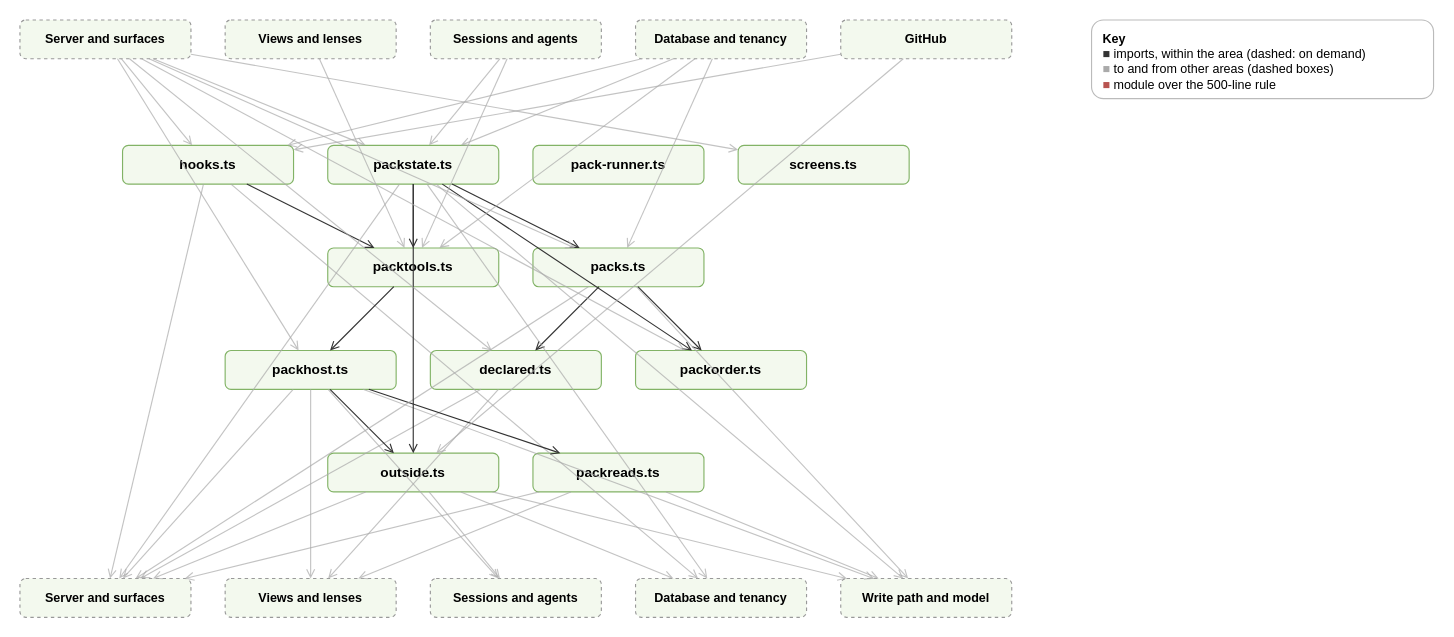
The draw.io diagram page "Server: Packs" (4 of 20) of docs/diagrams/modules.drawio in AlexReiner98/archipelago, before the edit. Source tidied: cells renumbered, new cells numbered last; positions are measured from the earlier drawing's top-left corner, leaving out a move shared by most shapes. Both pictures are drawn from the tidied source at 114%, with x=0, y=0 at pixel (19, 19).
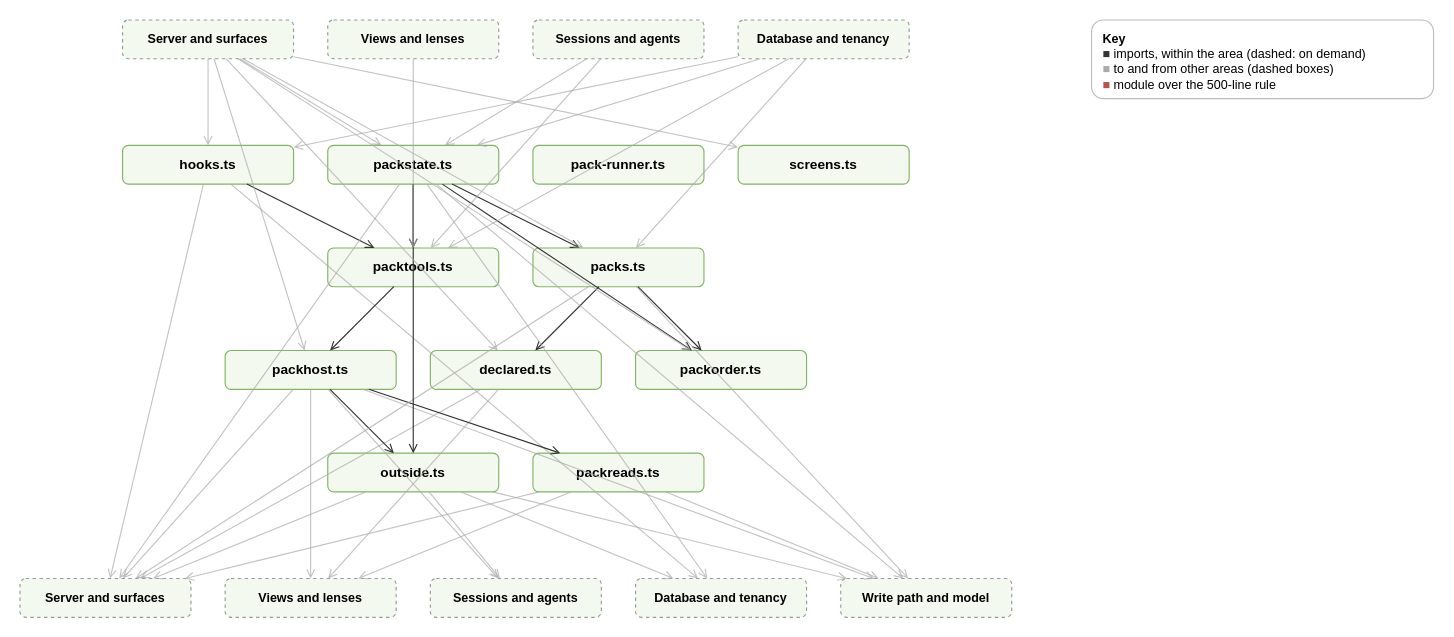
The same diagram, later.

The change refers to these unchanged cells:
```xml
<mxCell id="7" value="hooks.ts" style="rounded=1;html=1;whiteSpace=wrap;fontSize=12;fontStyle=1;fillColor=#f3f9ee;strokeColor=#82b366;" parent="1" vertex="1">
  <mxGeometry x="90" y="110" width="150" height="34" as="geometry" />
</mxCell>
<mxCell id="16" value="outside.ts" style="rounded=1;html=1;whiteSpace=wrap;fontSize=12;fontStyle=1;fillColor=#f3f9ee;strokeColor=#82b366;" parent="1" vertex="1">
  <mxGeometry x="270" y="380" width="150" height="34" as="geometry" />
</mxCell>
```

What changed in the source:
```diff
@@
     <mxCell id="2" value="&lt;b&gt;Server and surfaces&lt;/b&gt;" style="rounded=1;html=1;whiteSpace=wrap;dashed=1;fontSize=11;fillColor=#f3f9ee;strokeColor=#999999;" parent="1" vertex="1">
-      <mxGeometry width="150" height="34" as="geometry" />
+      <mxGeometry x="90" width="150" height="34" as="geometry" />
     </mxCell>
     <mxCell id="3" value="&lt;b&gt;Views and lenses&lt;/b&gt;" style="rounded=1;html=1;whiteSpace=wrap;dashed=1;fontSize=11;fillColor=#f3f9ee;strokeColor=#999999;" parent="1" vertex="1">
-      <mxGeometry x="180" width="150" height="34" as="geometry" />
+      <mxGeometry x="270" width="150" height="34" as="geometry" />
     </mxCell>
     <mxCell id="4" value="&lt;b&gt;Sessions and agents&lt;/b&gt;" style="rounded=1;html=1;whiteSpace=wrap;dashed=1;fontSize=11;fillColor=#f3f9ee;strokeColor=#999999;" parent="1" vertex="1">
-      <mxGeometry x="360" width="150" height="34" as="geometry" />
+      <mxGeometry x="450" width="150" height="34" as="geometry" />
     </mxCell>
     <mxCell id="5" value="&lt;b&gt;Database and tenancy&lt;/b&gt;" style="rounded=1;html=1;whiteSpace=wrap;dashed=1;fontSize=11;fillColor=#f3f9ee;strokeColor=#999999;" parent="1" vertex="1">
-      <mxGeometry x="540" width="150" height="34" as="geometry" />
+      <mxGeometry x="630" width="150" height="34" as="geometry" />
     </mxCell>
-    <mxCell id="6" value="&lt;b&gt;GitHub&lt;/b&gt;" style="rounded=1;html=1;whiteSpace=wrap;dashed=1;fontSize=11;fillColor=#f3f9ee;strokeColor=#999999;" parent="1" vertex="1">
-      <mxGeometry x="720" width="150" height="34" as="geometry" />
-    </mxCell>
@@
-    <mxCell id="68" style="html=1;endArrow=open;strokeColor=#aaaaaa;dashed=0;opacity=70;" parent="1" edge="1" source="6" target="7">
-      <mxGeometry relative="1" as="geometry" />
-    </mxCell>
-    <mxCell id="69" style="html=1;endArrow=open;strokeColor=#aaaaaa;dashed=0;opacity=70;" parent="1" edge="1" source="6" target="16">
-      <mxGeometry relative="1" as="geometry" />
-    </mxCell>
```
